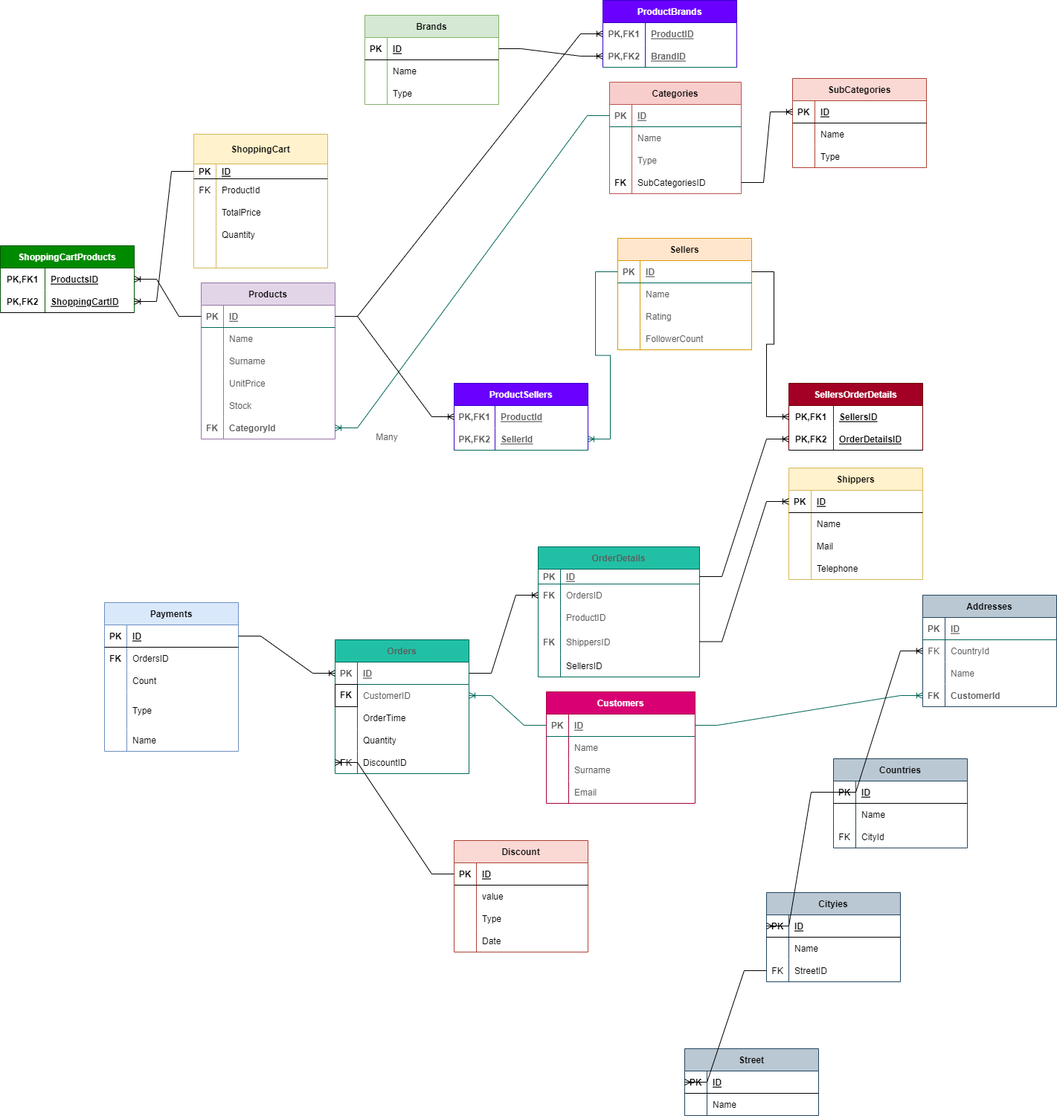
Earlier version of the draw.io export Untitled Diagram.drawio (1).drawio.png (Sedatkus/ma-n). Source tidied: cells renumbered, new cells last; positions are measured from the earlier drawing's top-left corner, leaving out a move shared by most shapes.
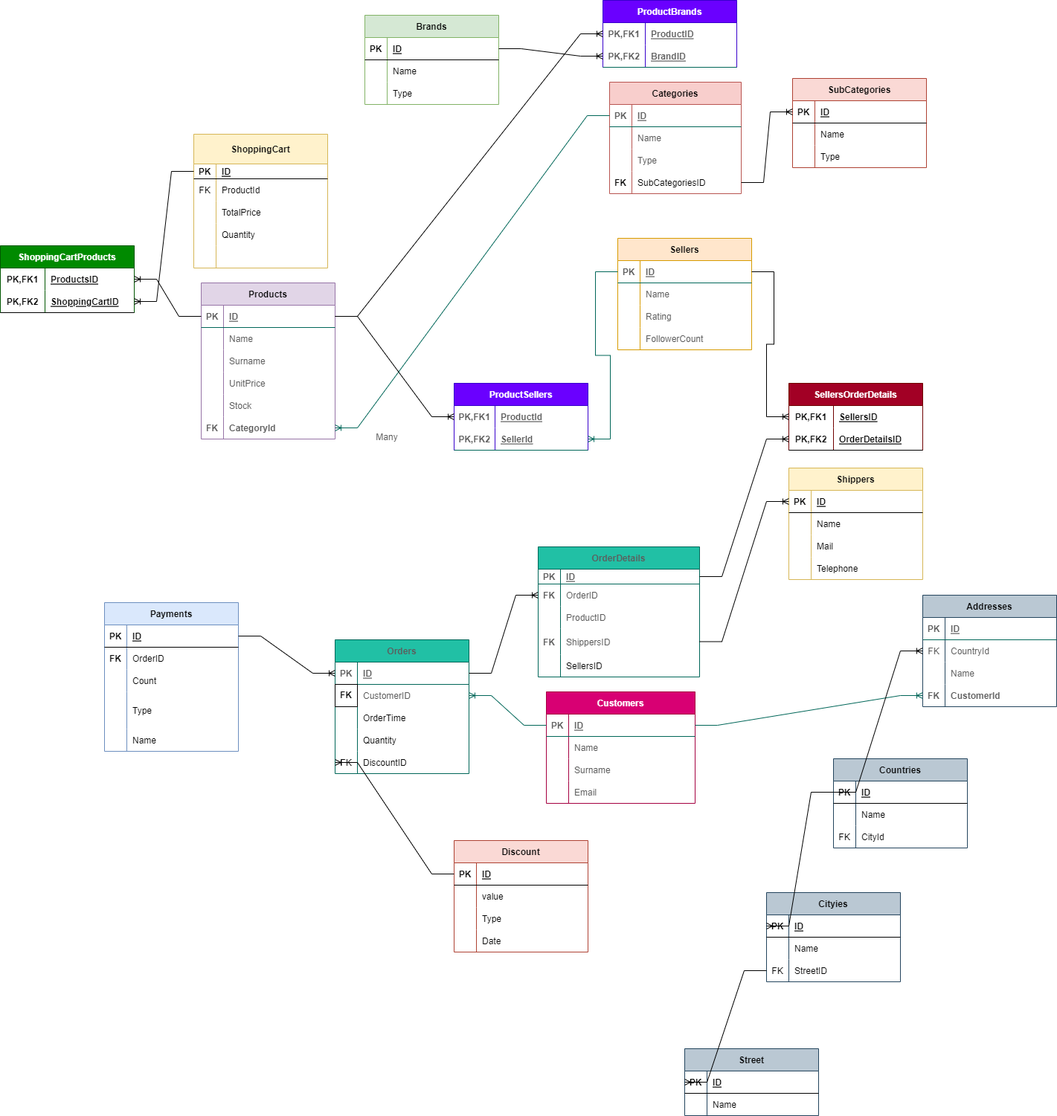
Above is the later version.

What changed in the source:
```diff
@@ -314,7 +314,7 @@
     <mxCell id="105" value="FK" style="shape=partialRectangle;fillColor=none;top=0;left=0;bottom=0;right=0;overflow=hidden;strokeColor=#006658;fontColor=#5C5C5C;fontStyle=1;" parent="104" vertex="1">
       <mxGeometry width="30" height="30" as="geometry" />
     </mxCell>
-    <mxCell id="106" value="OrdersID" style="shape=partialRectangle;fillColor=none;top=0;left=0;bottom=0;right=0;align=left;spacingLeft=6;overflow=hidden;strokeColor=#006658;fontColor=#5C5C5C;" parent="104" vertex="1">
+    <mxCell id="106" value="OrderID" style="shape=partialRectangle;fillColor=none;top=0;left=0;bottom=0;right=0;align=left;spacingLeft=6;overflow=hidden;strokeColor=#006658;fontColor=#5C5C5C;" parent="104" vertex="1">
       <mxGeometry x="30" width="187" height="30" as="geometry" />
     </mxCell>
     <mxCell id="107" style="shape=tableRow;horizontal=0;startSize=0;swimlaneHead=0;swimlaneBody=0;fillColor=none;top=0;left=0;right=0;bottom=0;strokeColor=#006658;fontColor=#5C5C5C;" parent="100" vertex="1">
@@ -374,7 +374,7 @@
     <mxCell id="124" value="FK" style="shape=partialRectangle;fillColor=none;top=0;left=0;bottom=0;right=0;overflow=hidden;fontStyle=1;" parent="123" vertex="1">
       <mxGeometry width="30" height="30" as="geometry" />
     </mxCell>
-    <mxCell id="125" value="OrdersID" style="shape=partialRectangle;fillColor=none;top=0;left=0;bottom=0;right=0;align=left;spacingLeft=6;overflow=hidden;" parent="123" vertex="1">
+    <mxCell id="125" value="OrderID" style="shape=partialRectangle;fillColor=none;top=0;left=0;bottom=0;right=0;align=left;spacingLeft=6;overflow=hidden;" parent="123" vertex="1">
       <mxGeometry x="30" width="150" height="30" as="geometry" />
     </mxCell>
     <mxCell id="126" style="shape=tableRow;horizontal=0;startSize=0;swimlaneHead=0;swimlaneBody=0;fillColor=none;top=0;left=0;right=0;bottom=0;" parent="119" vertex="1">
```
